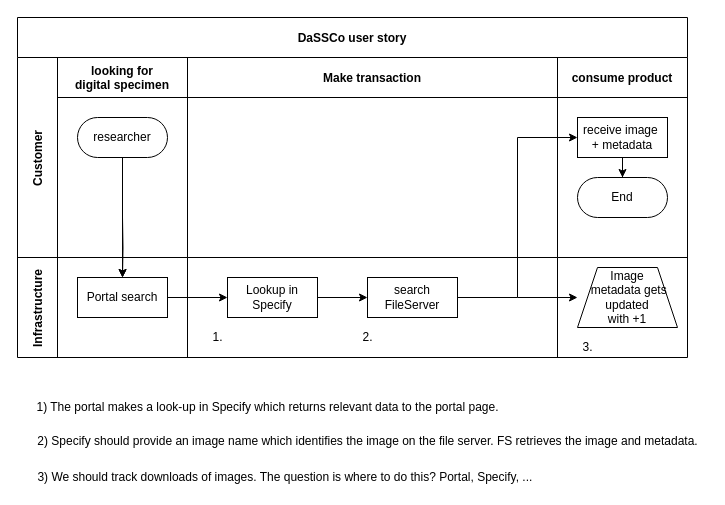
Above: dassco_user_st_Diagram.drawio in jlegind/DMP_charts (draw.io), before the change. Source tidied: cells renumbered, new cells numbered last; positions are measured from the earlier drawing's top-left corner, leaving out a move shared by most shapes. Both pictures are drawn from the tidied source at 100%, with x=0, y=0 at pixel (17, 17).
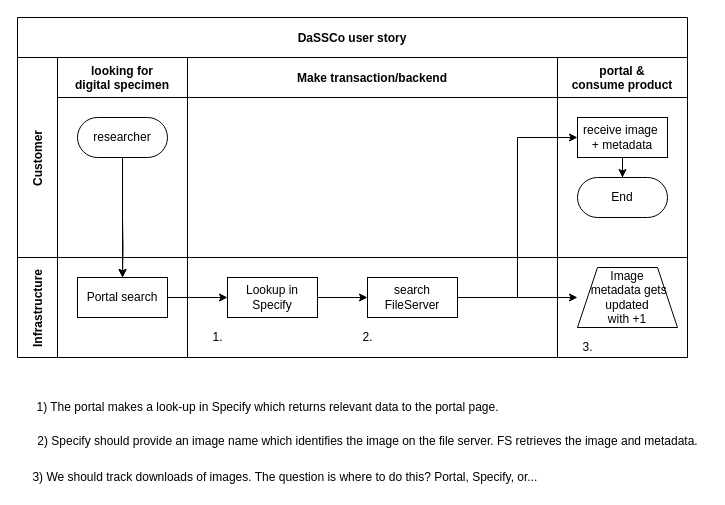
After the change.

The change refers to these unchanged cells:
```xml
<mxCell id="4" value="Customer" style="shape=tableRow;horizontal=0;swimlaneHead=0;swimlaneBody=0;top=0;left=0;bottom=0;right=0;fillColor=none;startSize=40;fontStyle=1;" parent="2" vertex="1">
  <mxGeometry y="40" width="670" height="200" as="geometry" />
</mxCell>
```

The edit, as a diff of the source:
```diff
@@
-    <mxCell id="7" value="Make transaction" style="swimlane;swimlaneHead=0;swimlaneBody=0;fillColor=none;startSize=40;fontStyle=1;" parent="4" vertex="1">
+    <mxCell id="7" value="Make transaction/backend" style="swimlane;swimlaneHead=0;swimlaneBody=0;fillColor=none;startSize=40;fontStyle=1;" parent="4" vertex="1">
       <mxGeometry x="170" width="370" height="200" as="geometry" />
     </mxCell>
-    <mxCell id="8" value="consume product" style="swimlane;swimlaneHead=0;swimlaneBody=0;fillColor=none;startSize=40;fontStyle=1;" parent="4" vertex="1">
+    <mxCell id="8" value="portal &amp; &#10;consume product" style="swimlane;swimlaneHead=0;swimlaneBody=0;fillColor=none;startSize=40;fontStyle=1;" parent="4" vertex="1">
       <mxGeometry x="540" width="130" height="200" as="geometry" />
     </mxCell>
@@
-    <mxCell id="30" value="3) We should track downloads of images. The question is where to do this? Portal, Specify, ...&amp;nbsp;" style="text;html=1;align=center;verticalAlign=middle;strokeColor=none;fillColor=none;" parent="1" vertex="1">
-      <mxGeometry x="14" y="450" width="510" height="20" as="geometry" />
+    <mxCell id="30" value="3) We should track downloads of images. The question is where to do this? Portal, Specify, or...&amp;nbsp;" style="text;html=1;align=center;verticalAlign=middle;strokeColor=none;fillColor=none;" parent="1" vertex="1">
+      <mxGeometry x="9" y="450" width="520" height="20" as="geometry" />
     </mxCell>
```
